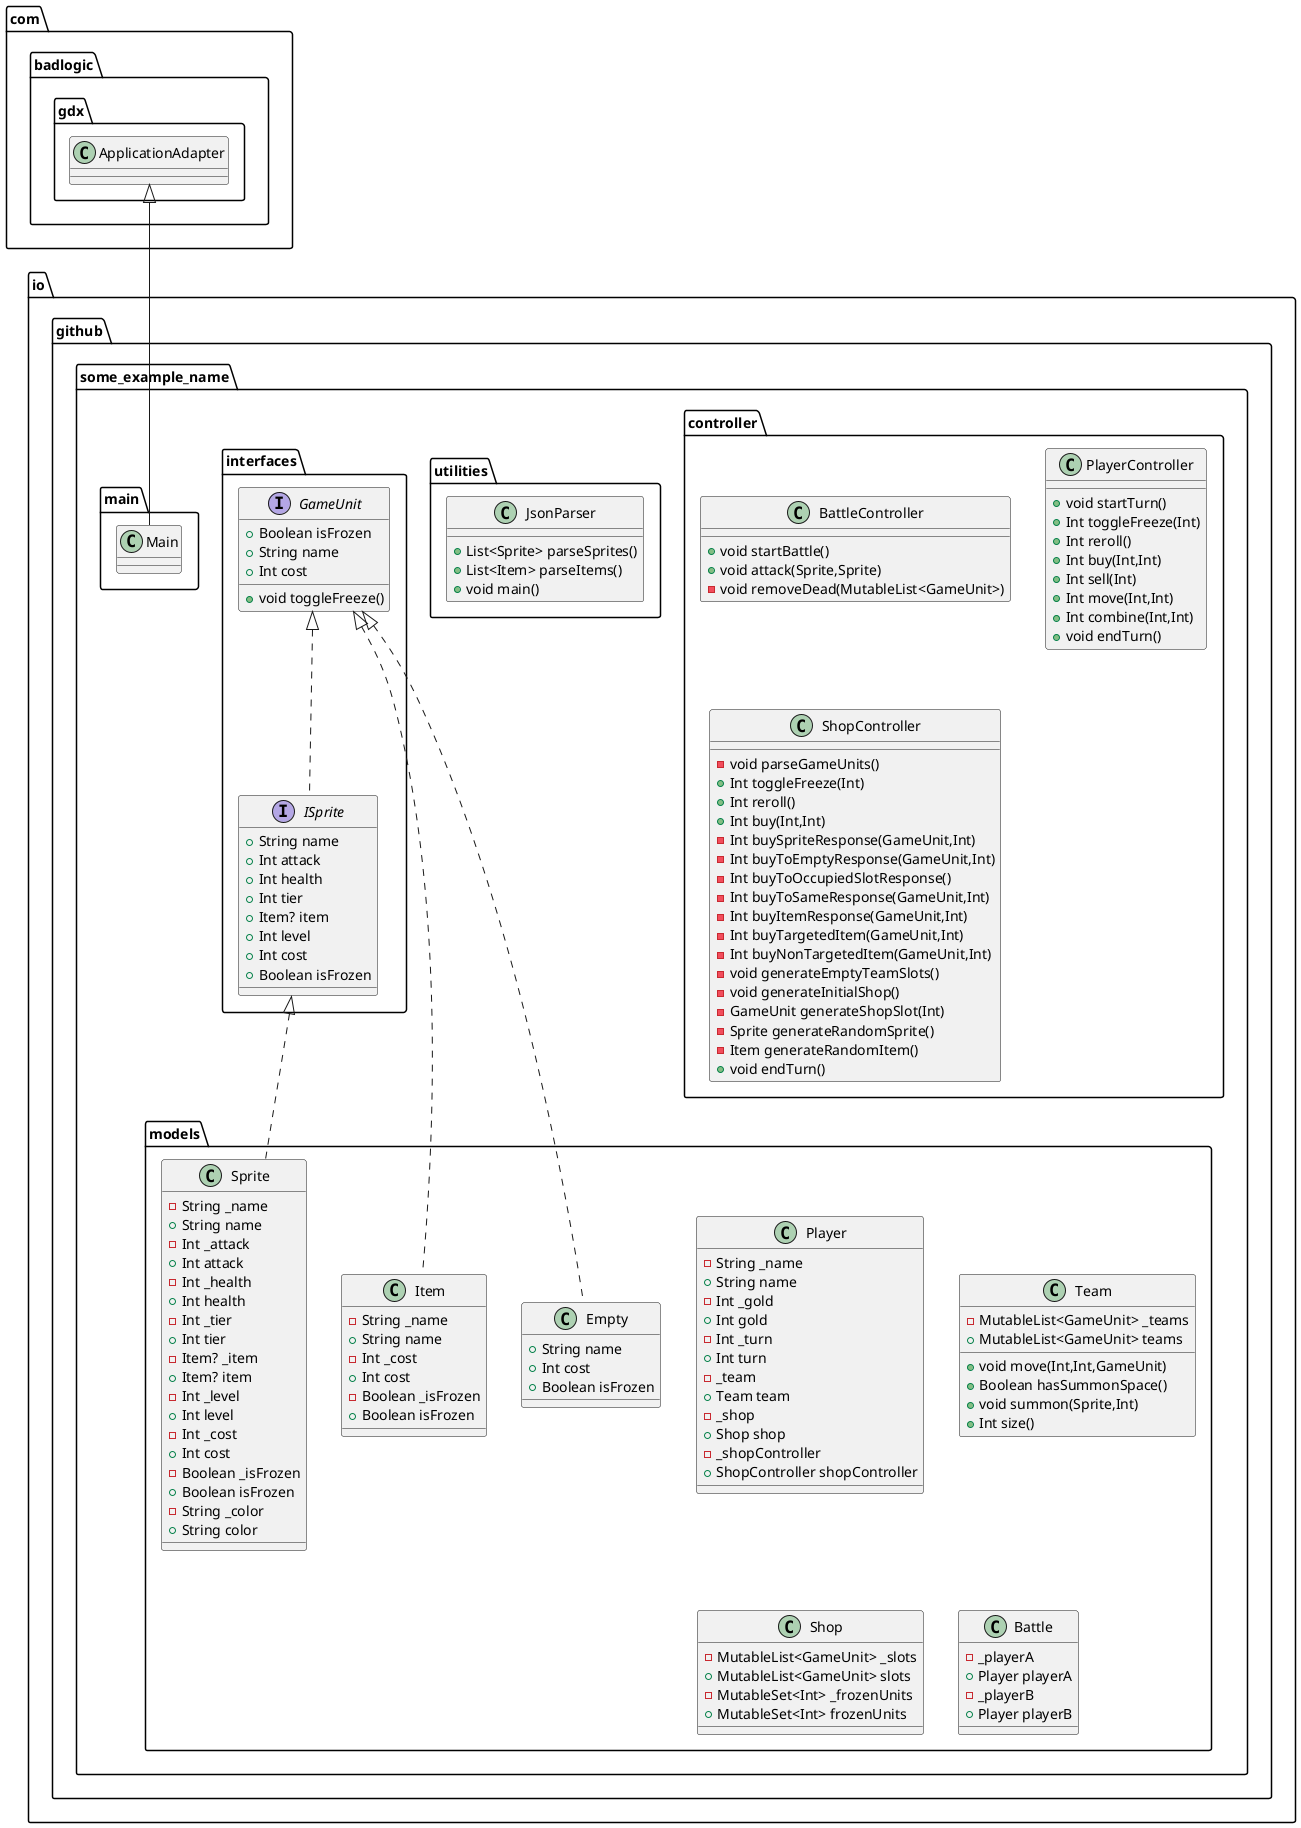
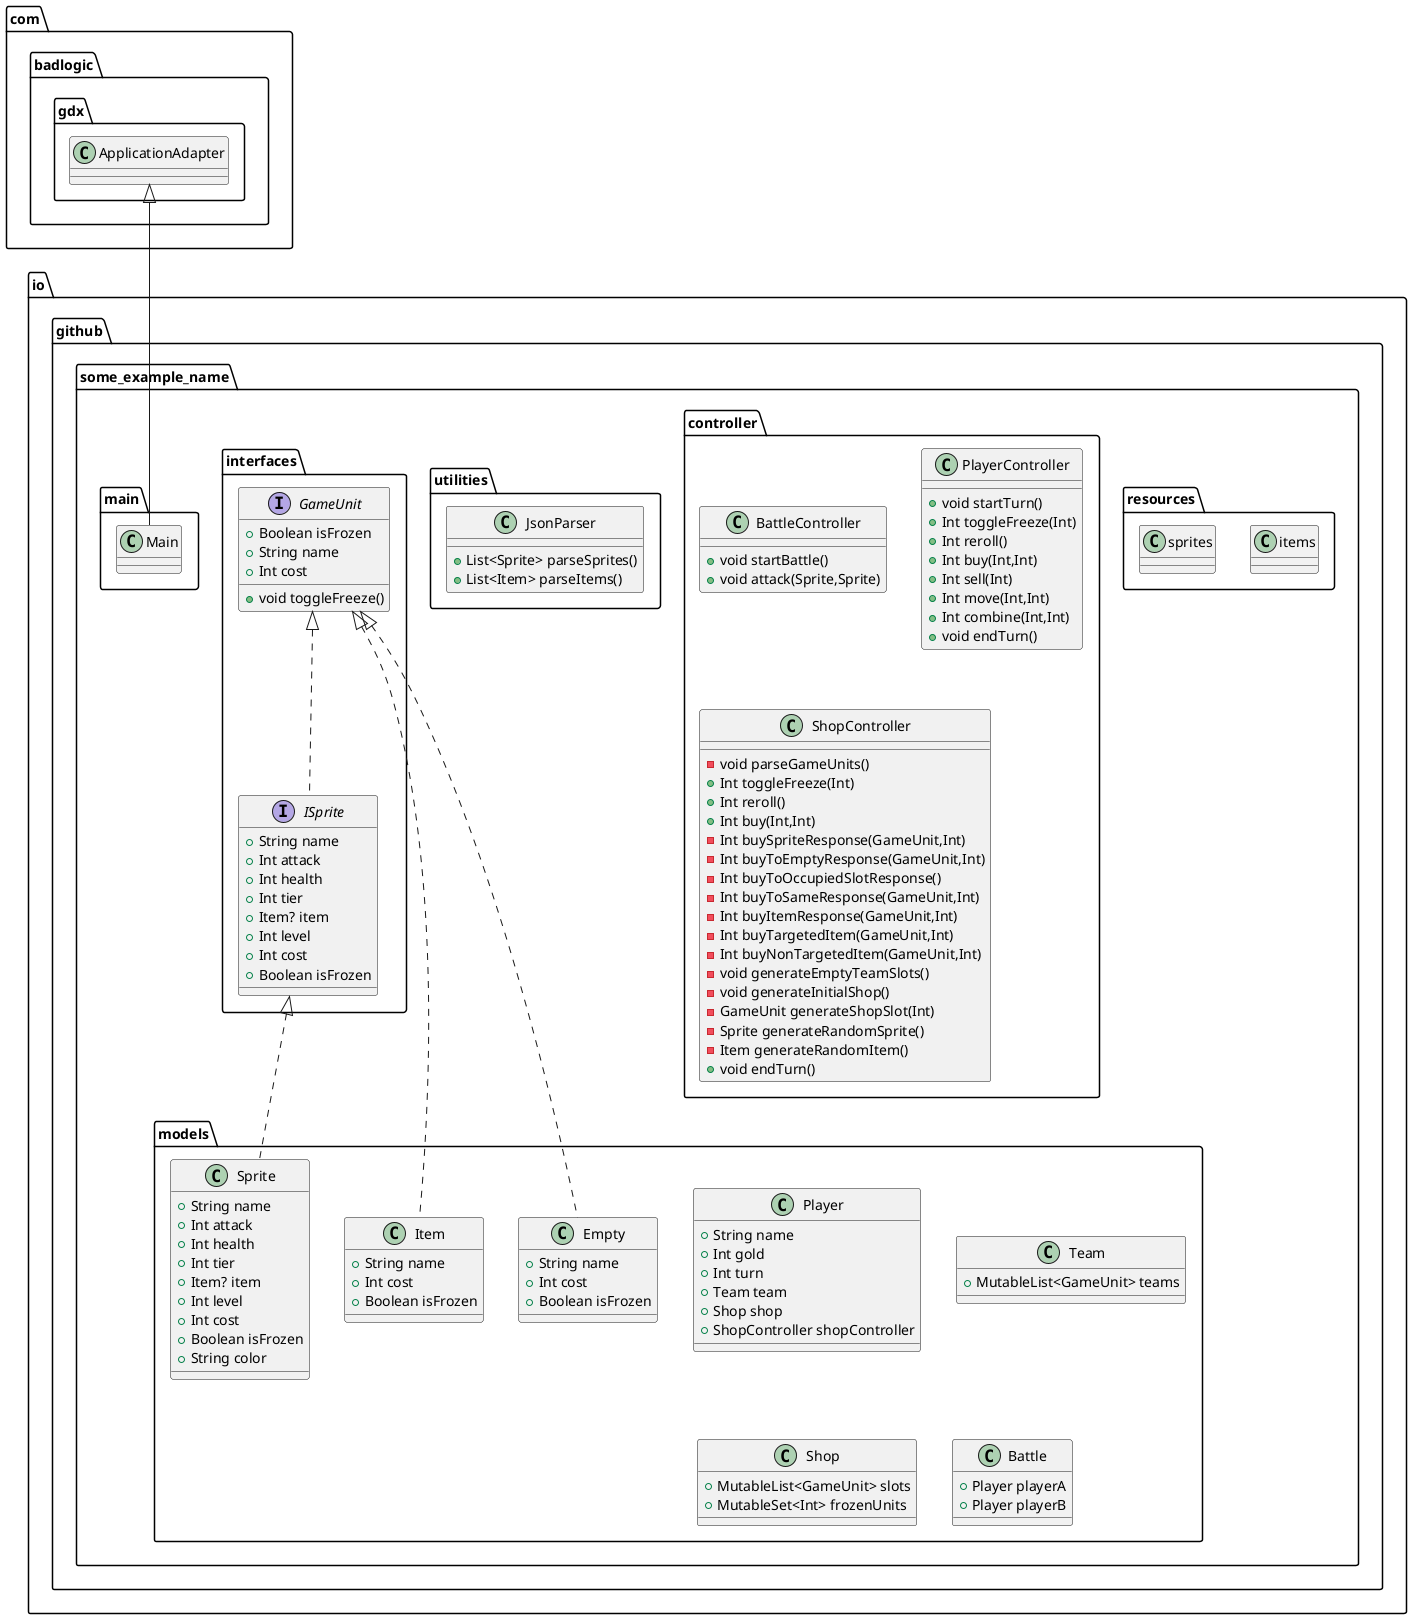
@startuml
class io.github.some_example_name.models.Player {
- - String _name
+ String name
- - Int _gold
+ Int gold
- - Int _turn
+ Int turn
- -  _team
+ Team team
- -  _shop
+ Shop shop
- -  _shopController
+ ShopController shopController
}

class io.github.some_example_name.models.Sprite {
- - String _name
+ String name
- - Int _attack
+ Int attack
- - Int _health
+ Int health
- - Int _tier
+ Int tier
- - Item? _item
+ Item? item
- - Int _level
+ Int level
- - Int _cost
+ Int cost
- - Boolean _isFrozen
+ Boolean isFrozen
- - String _color
+ String color
}

+ class io.github.some_example_name.resources.items
+ 
+ class io.github.some_example_name.resources.sprites
+ 
class io.github.some_example_name.models.Team {
- - MutableList<GameUnit> _teams
+ MutableList<GameUnit> teams
- + void move(Int,Int,GameUnit)
- + Boolean hasSummonSpace()
- + void summon(Sprite,Int)
- + Int size()
}


class io.github.some_example_name.controller.BattleController {
+ void startBattle()
+ void attack(Sprite,Sprite)
- - void removeDead(MutableList<GameUnit>)
}

class io.github.some_example_name.models.Item {
- - String _name
+ String name
- - Int _cost
+ Int cost
- - Boolean _isFrozen
+ Boolean isFrozen
}

class io.github.some_example_name.models.Shop {
- - MutableList<GameUnit> _slots
+ MutableList<GameUnit> slots
- - MutableSet<Int> _frozenUnits
+ MutableSet<Int> frozenUnits
}

class io.github.some_example_name.models.Battle {
- -  _playerA
+ Player playerA
- -  _playerB
+ Player playerB
}

class io.github.some_example_name.controller.PlayerController {
+ void startTurn()
+ Int toggleFreeze(Int)
+ Int reroll()
+ Int buy(Int,Int)
+ Int sell(Int)
+ Int move(Int,Int)
+ Int combine(Int,Int)
+ void endTurn()
}

class io.github.some_example_name.models.Empty {
+ String name
+ Int cost
+ Boolean isFrozen
}

class io.github.some_example_name.utilities.JsonParser {
+ List<Sprite> parseSprites()
+ List<Item> parseItems()
- + void main()
}

interface io.github.some_example_name.interfaces.ISprite {
+ String name
+ Int attack
+ Int health
+ Int tier
+ Item? item
+ Int level
+ Int cost
+ Boolean isFrozen
}

class io.github.some_example_name.controller.ShopController {
- void parseGameUnits()
+ Int toggleFreeze(Int)
+ Int reroll()
+ Int buy(Int,Int)
- Int buySpriteResponse(GameUnit,Int)
- Int buyToEmptyResponse(GameUnit,Int)
- Int buyToOccupiedSlotResponse()
- Int buyToSameResponse(GameUnit,Int)
- Int buyItemResponse(GameUnit,Int)
- Int buyTargetedItem(GameUnit,Int)
- Int buyNonTargetedItem(GameUnit,Int)
- void generateEmptyTeamSlots()
- void generateInitialShop()
- GameUnit generateShopSlot(Int)
- Sprite generateRandomSprite()
- Item generateRandomItem()
+ void endTurn()
}

interface io.github.some_example_name.interfaces.GameUnit {
+ Boolean isFrozen
+ String name
+ Int cost
+ void toggleFreeze()
}


class io.github.some_example_name.main.Main {
}


io.github.some_example_name.interfaces.ISprite <|.. io.github.some_example_name.models.Sprite
io.github.some_example_name.interfaces.GameUnit <|.. io.github.some_example_name.models.Item
io.github.some_example_name.interfaces.GameUnit <|.. io.github.some_example_name.models.Empty
io.github.some_example_name.interfaces.GameUnit <|.. io.github.some_example_name.interfaces.ISprite
com.badlogic.gdx.ApplicationAdapter <|-- io.github.some_example_name.main.Main
- @enduml+ @enduml
